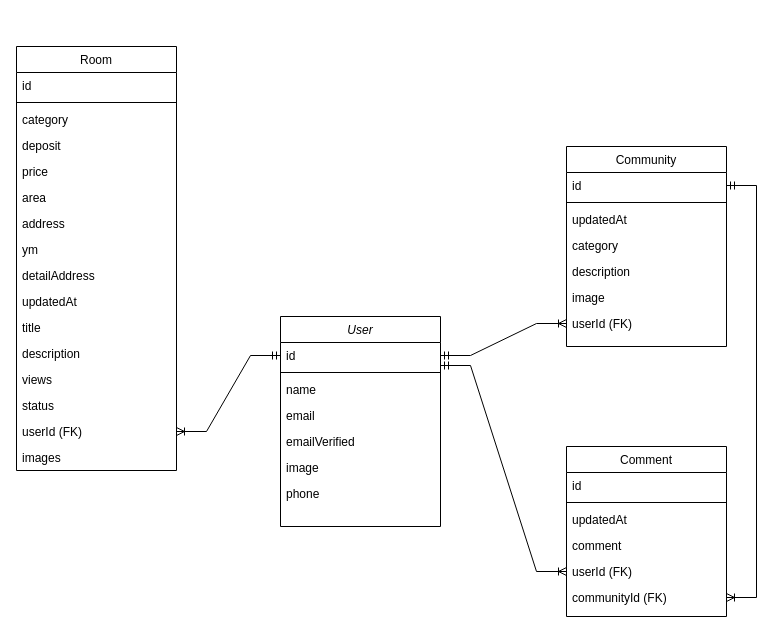
This is ERD/myspotERD.drawio from 9yu9yu81/study_nextJs_realEstate, a draw.io file, before an edit. Source tidied: cells renumbered, new cells numbered last; positions are measured from the earlier drawing's top-left corner, leaving out a move shared by most shapes. Both pictures are drawn from the tidied source at 100%, with x=0, y=0 at pixel (16, 46).
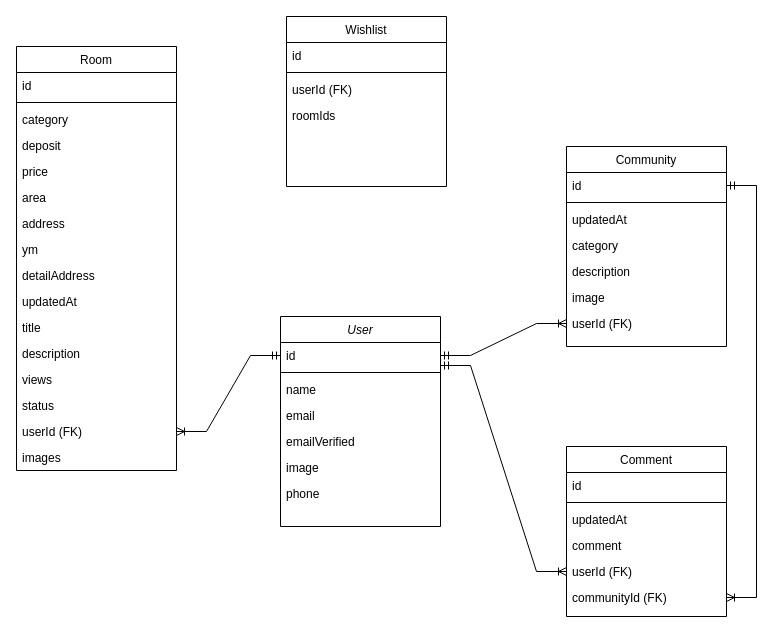
The same diagram, later.

The edit, as a diff of the source:
```diff
@@
+    <mxCell id="46" value="Wishlist" style="swimlane;fontStyle=0;align=center;verticalAlign=top;horizontal=1;startSize=26;rounded=0;shadow=0;strokeWidth=1;" parent="1" vertex="1">
+      <mxGeometry x="270" y="-30" width="160" height="170" as="geometry" />
+    </mxCell>
+    <mxCell id="47" value="id" style="text;align=left;verticalAlign=top;spacingLeft=4;spacingRight=4;overflow=hidden;" parent="46" vertex="1">
+      <mxGeometry y="26" width="160" height="26" as="geometry" />
+    </mxCell>
+    <mxCell id="48" style="line;html=1;strokeWidth=1;align=left;verticalAlign=middle;spacingTop=-1;spacingLeft=3;spacingRight=3;labelPosition=right;" parent="46" vertex="1">
+      <mxGeometry y="52" width="160" height="8" as="geometry" />
+    </mxCell>
+    <mxCell id="49" value="userId (FK)" style="text;align=left;verticalAlign=top;spacingLeft=4;spacingRight=4;overflow=hidden;rounded=0;shadow=0;html=0;" parent="46" vertex="1">
+      <mxGeometry y="60" width="160" height="26" as="geometry" />
+    </mxCell>
+    <mxCell id="50" value="roomIds" style="text;align=left;verticalAlign=top;spacingLeft=4;spacingRight=4;overflow=hidden;rounded=0;shadow=0;html=0;" parent="46" vertex="1">
+      <mxGeometry y="86" width="160" height="26" as="geometry" />
+    </mxCell>
```
